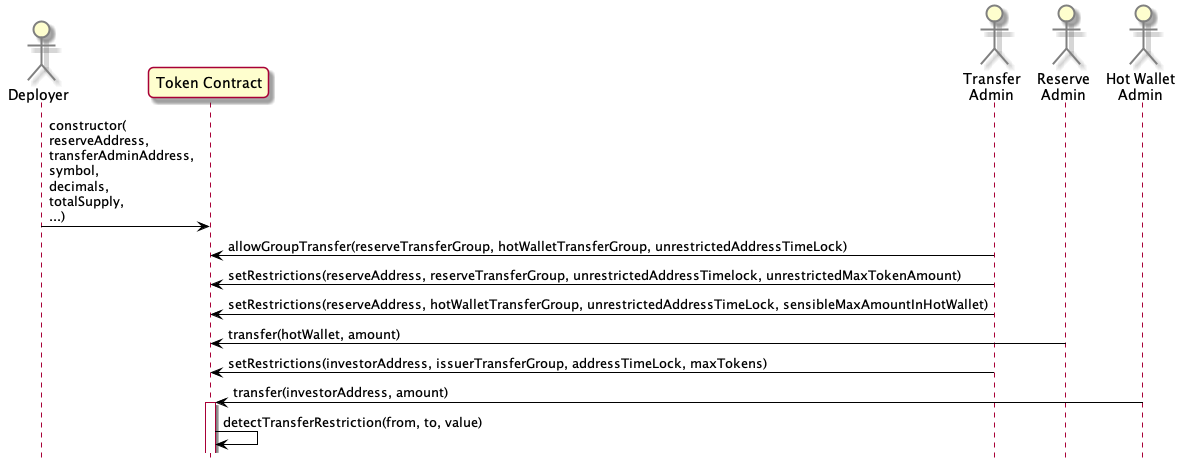
This is docs/plant-uml-diagrams/setup.png from melmel27/comakery, a PlantUML export, as it was before one commit.
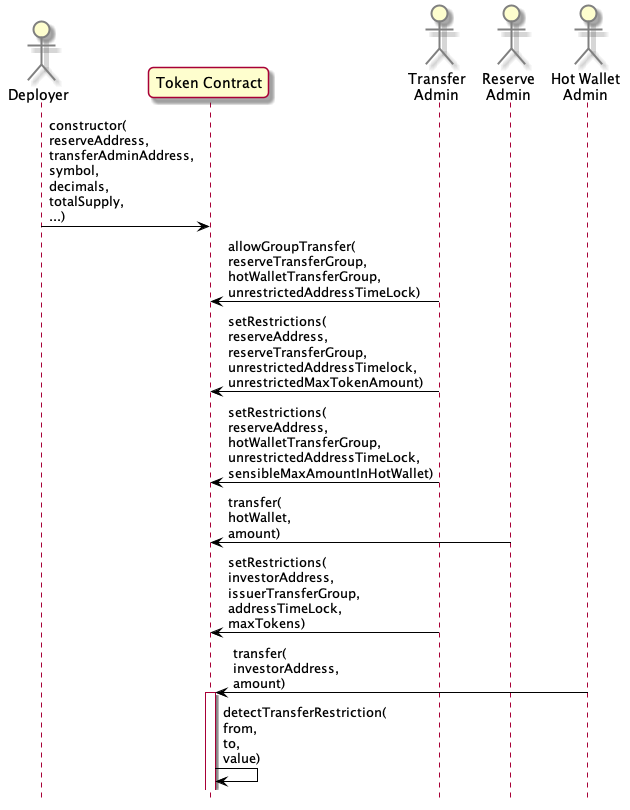
The same diagram one commit later.

Commit message:
more compact diagram

Change to the diagram source:
```diff
@@ -12,13 +12,13 @@
 actor "Hot Wallet\nAdmin" as HAdmin
 
 Deployer -> Token: constructor(\nreserveAddress,\ntransferAdminAddress,\nsymbol,\ndecimals,\ntotalSupply,\n...)
-TAdmin -> Token: allowGroupTransfer(reserveTransferGroup, hotWalletTransferGroup, unrestrictedAddressTimeLock)
-TAdmin -> Token: setRestrictions(reserveAddress, reserveTransferGroup, unrestrictedAddressTimelock, unrestrictedMaxTokenAmount)
-TAdmin -> Token: setRestrictions(reserveAddress, hotWalletTransferGroup, unrestrictedAddressTimeLock, sensibleMaxAmountInHotWallet)
-RAdmin -> Token: transfer(hotWallet, amount)
-TAdmin -> Token: setRestrictions(investorAddress, issuerTransferGroup, addressTimeLock, maxTokens)
-HAdmin -> Token: transfer(investorAddress, amount)
+TAdmin -> Token: allowGroupTransfer(\nreserveTransferGroup,\nhotWalletTransferGroup,\nunrestrictedAddressTimeLock)
+TAdmin -> Token: setRestrictions(\nreserveAddress,\nreserveTransferGroup,\nunrestrictedAddressTimelock,\nunrestrictedMaxTokenAmount)
+TAdmin -> Token: setRestrictions(\nreserveAddress,\nhotWalletTransferGroup,\nunrestrictedAddressTimeLock,\nsensibleMaxAmountInHotWallet)
+RAdmin -> Token: transfer(\nhotWallet,\namount)
+TAdmin -> Token: setRestrictions(\ninvestorAddress,\nissuerTransferGroup,\naddressTimeLock,\nmaxTokens)
+HAdmin -> Token: transfer(\ninvestorAddress,\namount)
 activate Token
-Token -> Token: detectTransferRestriction(from, to, value)
+Token -> Token: detectTransferRestriction(\nfrom,\nto,\nvalue)
 
 @enduml
```
